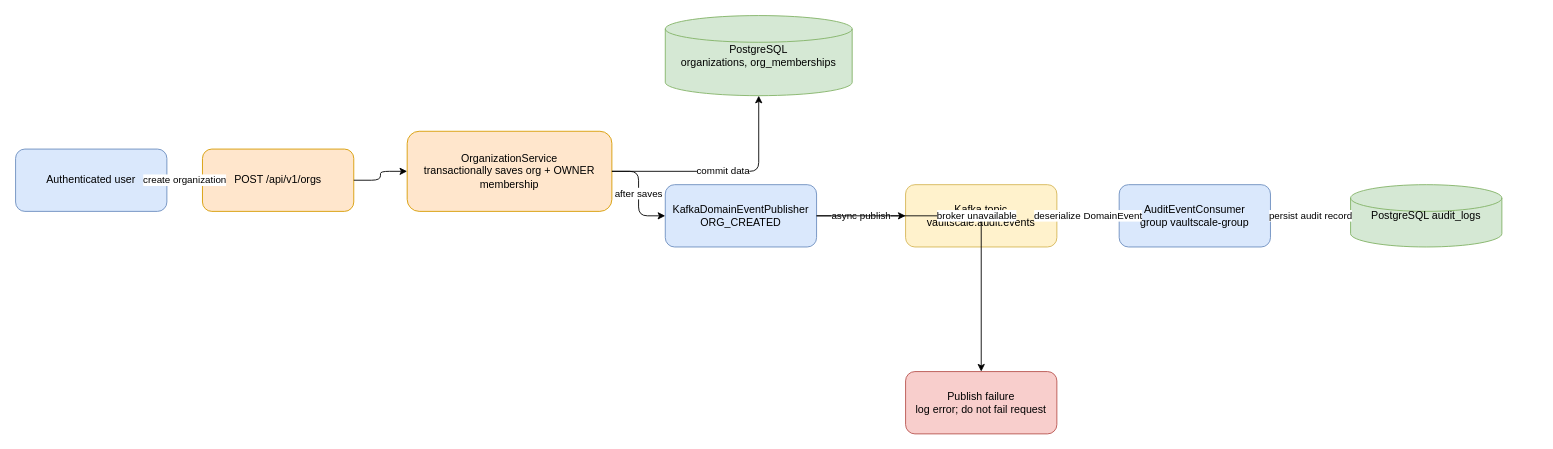
Earlier version of the draw.io diagram docs/diagrams/audit-event-pipeline.drawio (puneetdixit200/vaultscale). Source tidied: cells renumbered, new cells numbered last; positions are measured from the earlier drawing's top-left corner, leaving out a move shared by most shapes. Both pictures are drawn from the tidied source at 89%, with x=0, y=0 at pixel (15, 15).
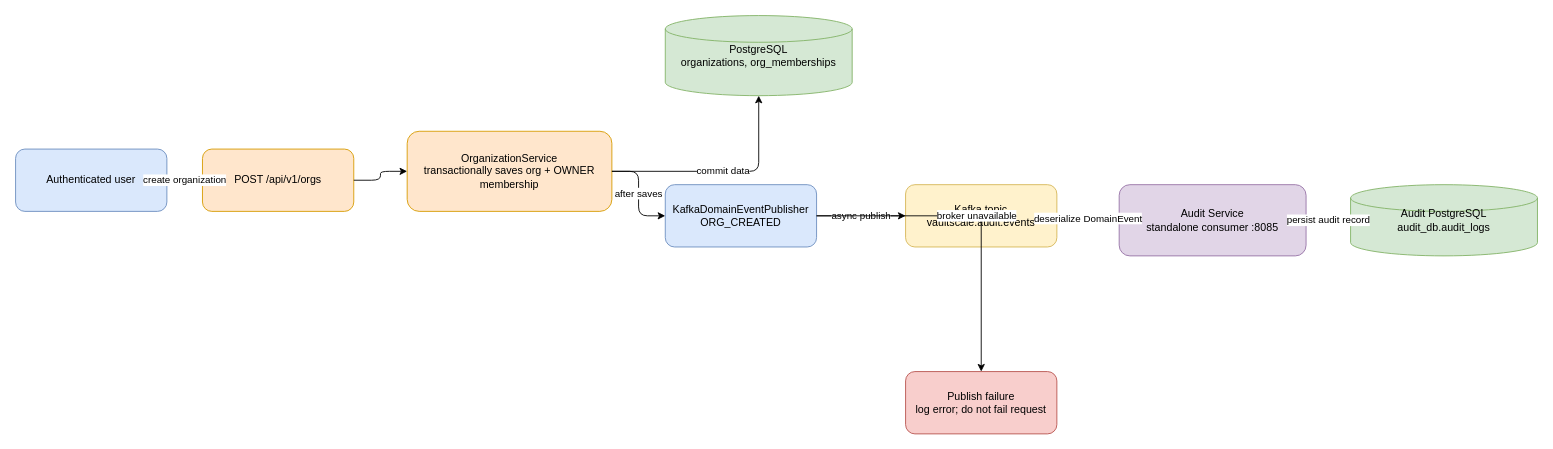
The same diagram, later.

Change to the diagram source:
```diff
@@
 <mxGraphModel>
   <root>
     <mxCell id="0" />
     <mxCell id="1" parent="0" />
     <mxCell id="2" value="Authenticated user" style="rounded=1;whiteSpace=wrap;html=1;fillColor=#dae8fc;strokeColor=#6c8ebf;" parent="1" vertex="1">
       <mxGeometry y="150" width="170" height="70" as="geometry" />
     </mxCell>
     <mxCell id="3" value="POST /api/v1/orgs" style="rounded=1;whiteSpace=wrap;html=1;fillColor=#ffe6cc;strokeColor=#d79b00;" parent="1" vertex="1">
       <mxGeometry x="210" y="150" width="170" height="70" as="geometry" />
     </mxCell>
     <mxCell id="4" value="OrganizationService&lt;br&gt;transactionally saves org + OWNER membership" style="rounded=1;whiteSpace=wrap;html=1;fillColor=#ffe6cc;strokeColor=#d79b00;" parent="1" vertex="1">
       <mxGeometry x="440" y="130" width="230" height="90" as="geometry" />
     </mxCell>
     <mxCell id="5" value="PostgreSQL&lt;br&gt;organizations, org_memberships" style="shape=cylinder3;whiteSpace=wrap;html=1;fillColor=#d5e8d4;strokeColor=#82b366;" parent="1" vertex="1">
       <mxGeometry x="730" width="210" height="90" as="geometry" />
     </mxCell>
     <mxCell id="6" value="KafkaDomainEventPublisher&lt;br&gt;ORG_CREATED" style="rounded=1;whiteSpace=wrap;html=1;fillColor=#dae8fc;strokeColor=#6c8ebf;" parent="1" vertex="1">
       <mxGeometry x="730" y="190" width="170" height="70" as="geometry" />
     </mxCell>
     <mxCell id="7" value="Kafka topic&lt;br&gt;vaultscale.audit.events" style="rounded=1;whiteSpace=wrap;html=1;fillColor=#fff2cc;strokeColor=#d6b656;" parent="1" vertex="1">
       <mxGeometry x="1000" y="190" width="170" height="70" as="geometry" />
     </mxCell>
-    <mxCell id="8" value="AuditEventConsumer&lt;br&gt;group vaultscale-group" style="rounded=1;whiteSpace=wrap;html=1;fillColor=#dae8fc;strokeColor=#6c8ebf;" parent="1" vertex="1">
-      <mxGeometry x="1240" y="190" width="170" height="70" as="geometry" />
+    <mxCell id="8" value="Audit Service&lt;br&gt;standalone consumer :8085" style="rounded=1;whiteSpace=wrap;html=1;fillColor=#e1d5e7;strokeColor=#9673a6;" parent="1" vertex="1">
+      <mxGeometry x="1240" y="190" width="210" height="80" as="geometry" />
     </mxCell>
-    <mxCell id="9" value="PostgreSQL audit_logs" style="shape=cylinder3;whiteSpace=wrap;html=1;fillColor=#d5e8d4;strokeColor=#82b366;" parent="1" vertex="1">
-      <mxGeometry x="1500" y="190" width="170" height="70" as="geometry" />
+    <mxCell id="9" value="Audit PostgreSQL&lt;br&gt;audit_db.audit_logs" style="shape=cylinder3;whiteSpace=wrap;html=1;fillColor=#d5e8d4;strokeColor=#82b366;" parent="1" vertex="1">
+      <mxGeometry x="1500" y="190" width="210" height="80" as="geometry" />
     </mxCell>
     <mxCell id="10" value="Publish failure&lt;br&gt;log error; do not fail request" style="rounded=1;whiteSpace=wrap;html=1;fillColor=#f8cecc;strokeColor=#b85450;" parent="1" vertex="1">
       <mxGeometry x="1000" y="400" width="170" height="70" as="geometry" />
     </mxCell>
     <mxCell id="11" value="create organization" style="edgeStyle=orthogonalEdgeStyle;rounded=1;jettySize=auto;html=1;labelBackgroundColor=#ffffff;fontSize=11;" parent="1" edge="1" source="2" target="3">
       <mxGeometry relative="1" as="geometry" />
     </mxCell>
     <mxCell id="12" style="edgeStyle=orthogonalEdgeStyle;rounded=1;jettySize=auto;html=1;labelBackgroundColor=#ffffff;fontSize=11;" parent="1" edge="1" source="3" target="4">
       <mxGeometry relative="1" as="geometry" />
     </mxCell>
     <mxCell id="13" value="commit data" style="edgeStyle=orthogonalEdgeStyle;rounded=1;jettySize=auto;html=1;labelBackgroundColor=#ffffff;fontSize=11;" parent="1" edge="1" source="4" target="5">
       <mxGeometry relative="1" as="geometry" />
     </mxCell>
     <mxCell id="14" value="after saves" style="edgeStyle=orthogonalEdgeStyle;rounded=1;jettySize=auto;html=1;labelBackgroundColor=#ffffff;fontSize=11;" parent="1" edge="1" source="4" target="6">
       <mxGeometry relative="1" as="geometry" />
     </mxCell>
     <mxCell id="15" value="async publish" style="edgeStyle=orthogonalEdgeStyle;rounded=1;jettySize=auto;html=1;labelBackgroundColor=#ffffff;fontSize=11;" parent="1" edge="1" source="6" target="7">
       <mxGeometry relative="1" as="geometry" />
     </mxCell>
     <mxCell id="16" value="broker unavailable" style="edgeStyle=orthogonalEdgeStyle;rounded=1;jettySize=auto;html=1;labelBackgroundColor=#ffffff;fontSize=11;" parent="1" edge="1" source="6" target="10">
       <mxGeometry relative="1" as="geometry" />
     </mxCell>
     <mxCell id="17" value="deserialize DomainEvent" style="edgeStyle=orthogonalEdgeStyle;rounded=1;jettySize=auto;html=1;labelBackgroundColor=#ffffff;fontSize=11;" parent="1" edge="1" source="7" target="8">
       <mxGeometry relative="1" as="geometry" />
     </mxCell>
     <mxCell id="18" value="persist audit record" style="edgeStyle=orthogonalEdgeStyle;rounded=1;jettySize=auto;html=1;labelBackgroundColor=#ffffff;fontSize=11;" parent="1" edge="1" source="8" target="9">
       <mxGeometry relative="1" as="geometry" />
     </mxCell>
   </root>
 </mxGraphModel>
```
